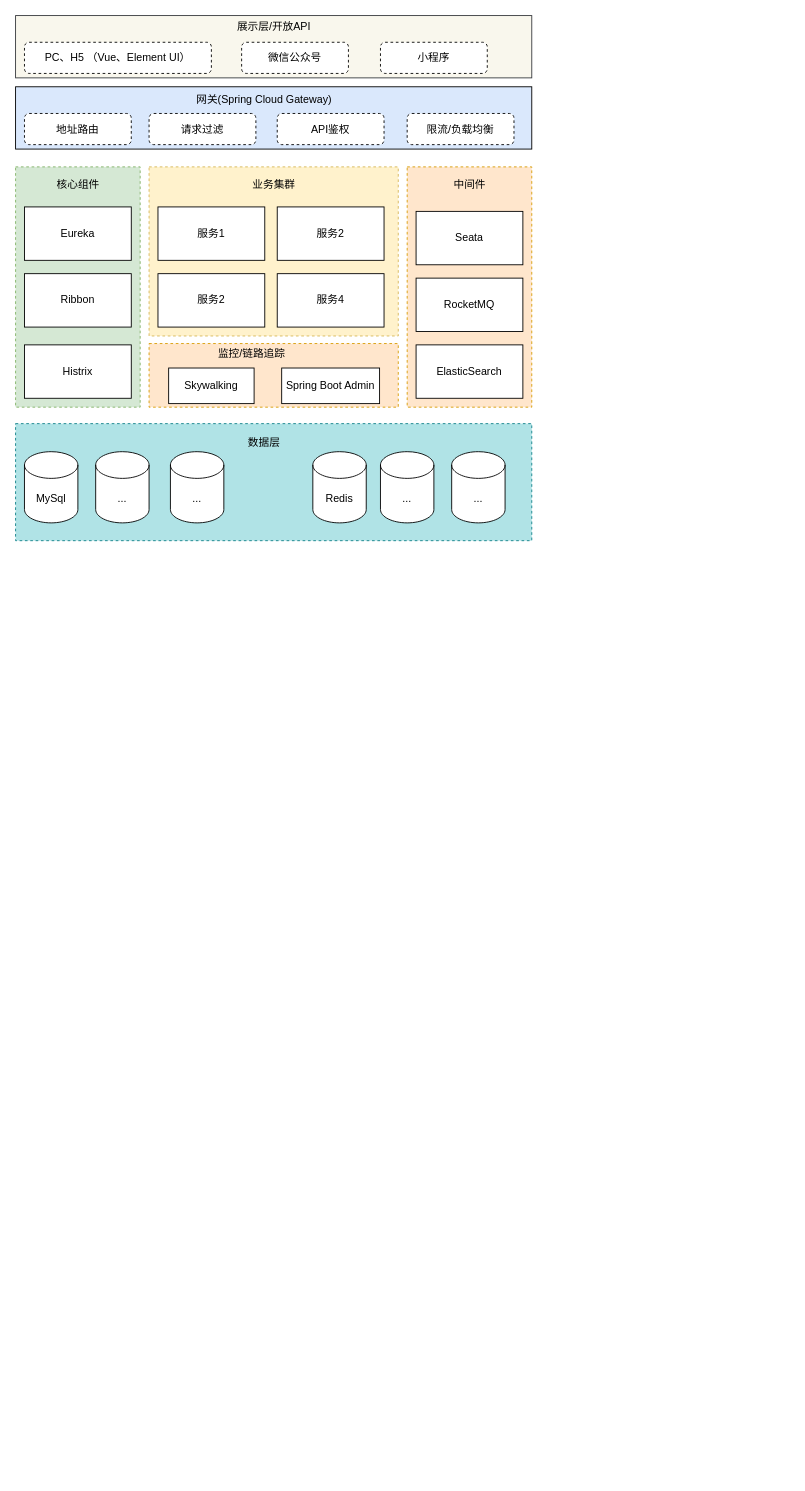
cherishsince/diagrams.net keeps this draw.io diagram as rongda-dep/牙管家-技术架构图.drawio. Above is the earlier version. Source tidied: cells renumbered, new cells numbered last; positions are measured from the earlier drawing's top-left corner, leaving out a move shared by most shapes. Both pictures are drawn from the tidied source at 89%, with x=0, y=0 at pixel (15, 15).
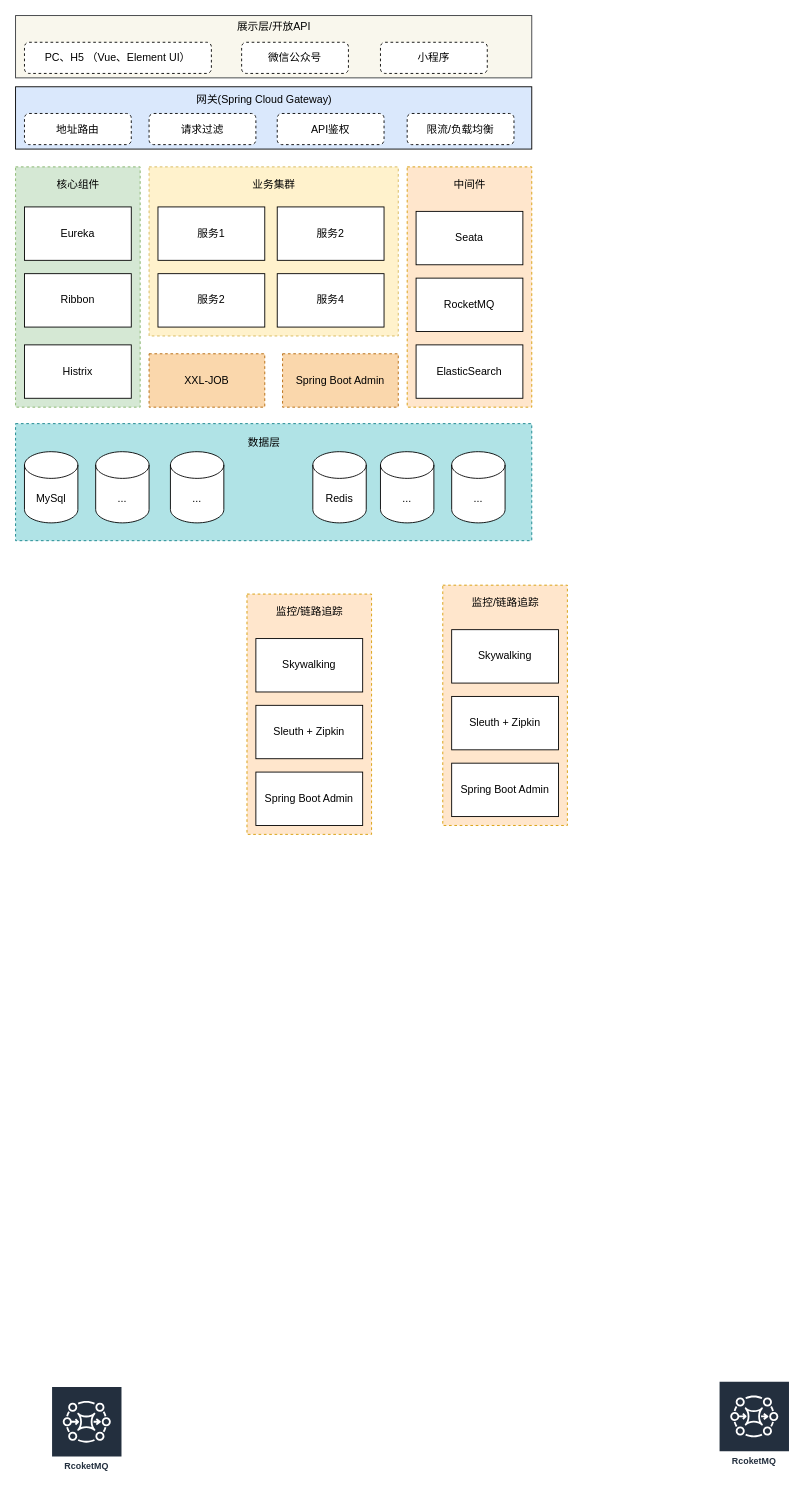
The same diagram, later.

Commit message (it also covers changes not shown here):
更新牙管家-技术架构图.drawio

Diff of the diagram source:
```diff
@@
+    <mxCell id="41" value="XXL-JOB" style="rounded=0;whiteSpace=wrap;html=1;dashed=1;fillColor=#fad7ac;strokeColor=#b46504;" parent="1" vertex="1">
+      <mxGeometry x="150" y="380" width="130" height="60" as="geometry" />
+    </mxCell>
+    <mxCell id="42" value="Spring Boot Admin" style="rounded=0;whiteSpace=wrap;html=1;dashed=1;fillColor=#fad7ac;strokeColor=#b46504;" parent="1" vertex="1">
+      <mxGeometry x="300" y="380" width="130" height="60" as="geometry" />
+    </mxCell>
@@
     <mxCell id="37" style="rounded=0;whiteSpace=wrap;html=1;dashed=1;fillColor=#ffe6cc;strokeColor=#d79b00;" parent="1" vertex="1">
-      <mxGeometry x="150" y="368.5" width="280" height="71.5" as="geometry" />
+      <mxGeometry x="260" y="650" width="140" height="270" as="geometry" />
     </mxCell>
+    <mxCell id="43" value="Sleuth +&amp;nbsp;Zipkin" style="rounded=0;whiteSpace=wrap;html=1;" parent="1" vertex="1">
+      <mxGeometry x="270" y="775" width="120" height="60" as="geometry" />
+    </mxCell>
     <mxCell id="38" value="监控/链路追踪" style="text;html=1;align=center;verticalAlign=middle;strokeColor=none;" parent="1" vertex="1">
-      <mxGeometry x="220" y="370" width="90" height="20" as="geometry" />
+      <mxGeometry x="285" y="660" width="90" height="20" as="geometry" />
     </mxCell>
     <mxCell id="39" value="Skywalking" style="rounded=0;whiteSpace=wrap;html=1;" parent="1" vertex="1">
-      <mxGeometry x="172" y="396" width="96" height="40" as="geometry" />
+      <mxGeometry x="270" y="700" width="120" height="60" as="geometry" />
     </mxCell>
     <mxCell id="40" value="Spring Boot Admin" style="rounded=0;whiteSpace=wrap;html=1;" parent="1" vertex="1">
-      <mxGeometry x="299" y="396" width="110" height="40" as="geometry" />
+      <mxGeometry x="270" y="850" width="120" height="60" as="geometry" />
     </mxCell>
+    <mxCell id="44" style="rounded=0;whiteSpace=wrap;html=1;dashed=1;fillColor=#ffe6cc;strokeColor=#d79b00;" parent="1" vertex="1">
+      <mxGeometry x="480" y="640" width="140" height="270" as="geometry" />
+    </mxCell>
+    <mxCell id="45" value="Sleuth +&amp;nbsp;Zipkin" style="rounded=0;whiteSpace=wrap;html=1;" parent="1" vertex="1">
+      <mxGeometry x="490" y="765" width="120" height="60" as="geometry" />
+    </mxCell>
+    <mxCell id="46" value="监控/链路追踪" style="text;html=1;align=center;verticalAlign=middle;strokeColor=none;" parent="1" vertex="1">
+      <mxGeometry x="505" y="650" width="90" height="20" as="geometry" />
+    </mxCell>
+    <mxCell id="47" value="Skywalking" style="rounded=0;whiteSpace=wrap;html=1;" parent="1" vertex="1">
+      <mxGeometry x="490" y="690" width="120" height="60" as="geometry" />
+    </mxCell>
+    <mxCell id="48" value="Spring Boot Admin" style="rounded=0;whiteSpace=wrap;html=1;" parent="1" vertex="1">
+      <mxGeometry x="490" y="840" width="120" height="60" as="geometry" />
+    </mxCell>
+    <mxCell id="49" value="RcoketMQ" style="fontColor=#232F3E;gradientColor=none;strokeColor=#ffffff;fillColor=#232F3E;dashed=0;verticalLabelPosition=middle;verticalAlign=bottom;align=center;html=1;whiteSpace=wrap;fontSize=10;fontStyle=1;spacing=3;shape=mxgraph.aws4.productIcon;prIcon=mxgraph.aws4.mq;" parent="1" vertex="1">
+      <mxGeometry x="40" y="1540" width="80" height="100" as="geometry" />
+    </mxCell>
+    <mxCell id="50" value="RcoketMQ" style="fontColor=#232F3E;gradientColor=none;strokeColor=#ffffff;fillColor=#232F3E;dashed=0;verticalLabelPosition=middle;verticalAlign=bottom;align=center;html=1;whiteSpace=wrap;fontSize=10;fontStyle=1;spacing=3;shape=mxgraph.aws4.productIcon;prIcon=mxgraph.aws4.mq;" parent="1" vertex="1">
+      <mxGeometry x="790" y="1534" width="80" height="100" as="geometry" />
+    </mxCell>
```
